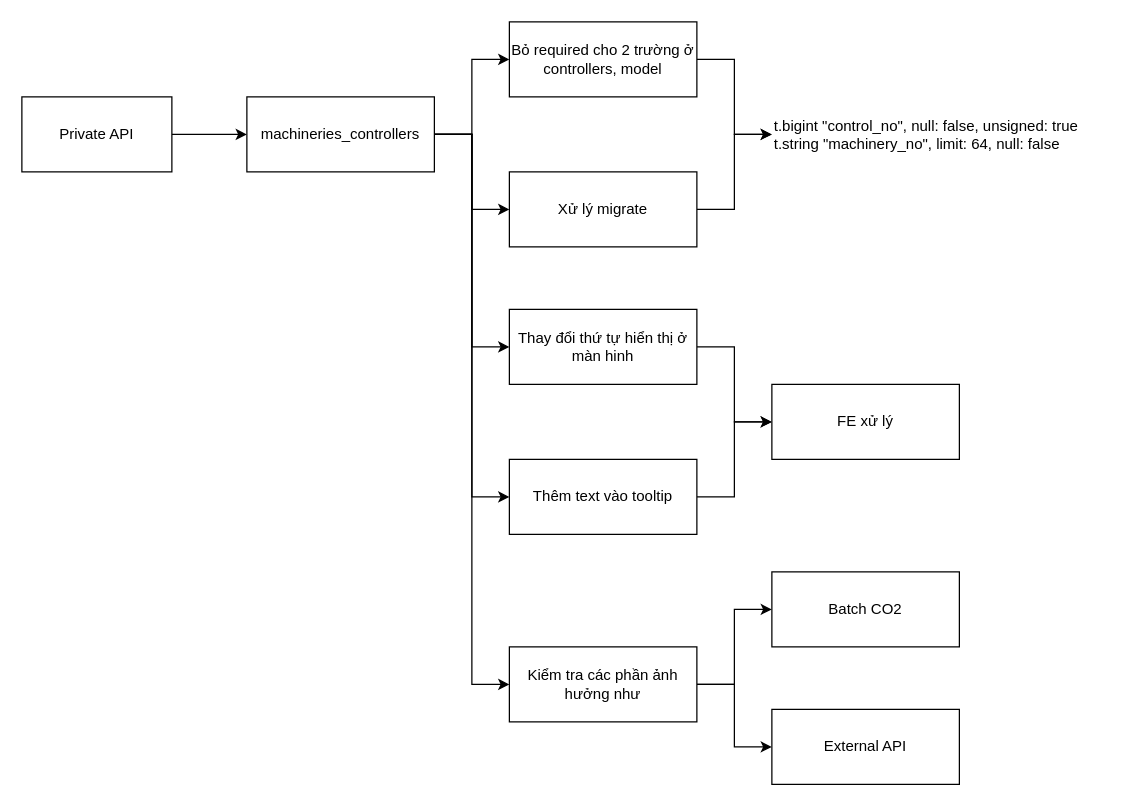
Before: page "A-96" (4 of 8) of Spec tháng 7.drawio in hoangpn256/diagram, a draw.io diagram. Source tidied: cells renumbered, new cells numbered last; positions are measured from the earlier drawing's top-left corner, leaving out a move shared by most shapes. Both pictures are drawn from the tidied source at 125%, with x=0, y=0 at pixel (21, 21).
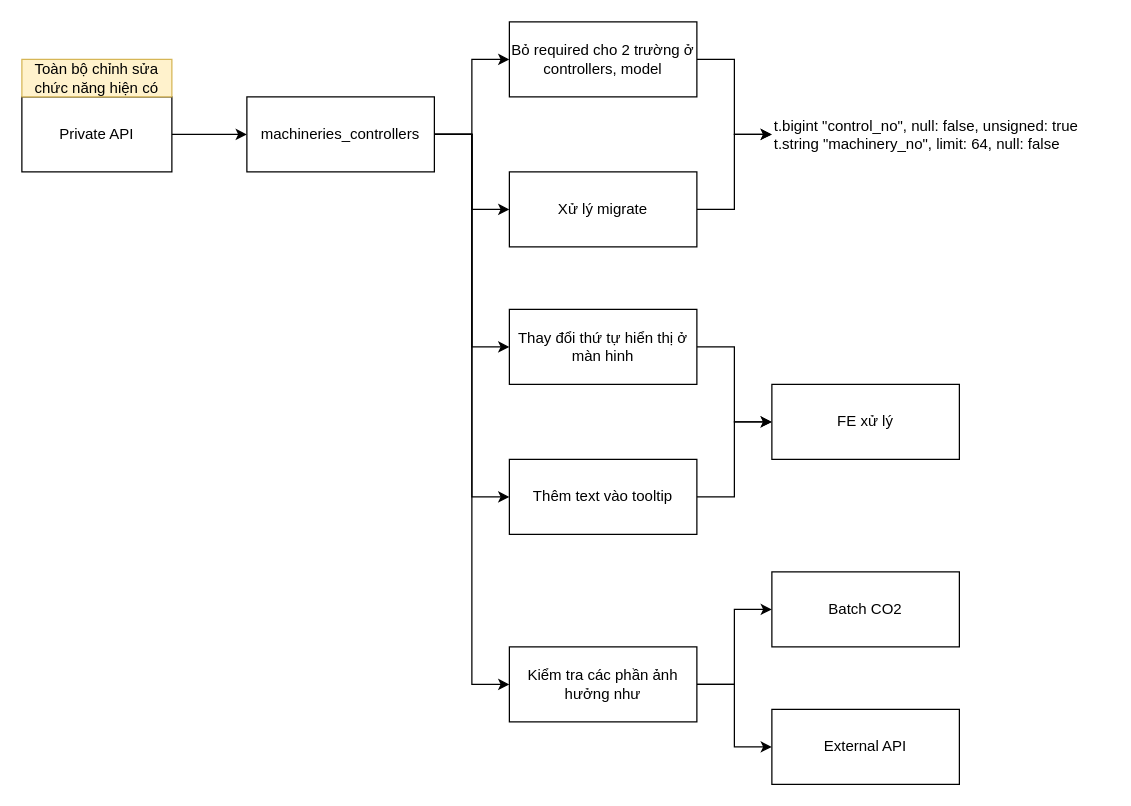
The same page after the edit.

What changed in the source:
```diff
@@
+    <mxCell id="25" value="Toàn bộ chỉnh sửa chức năng hiện có" style="text;html=1;strokeColor=#d6b656;fillColor=#fff2cc;align=center;verticalAlign=middle;whiteSpace=wrap;rounded=0;" parent="1" vertex="1">
+      <mxGeometry y="30" width="120" height="30" as="geometry" />
+    </mxCell>
```
